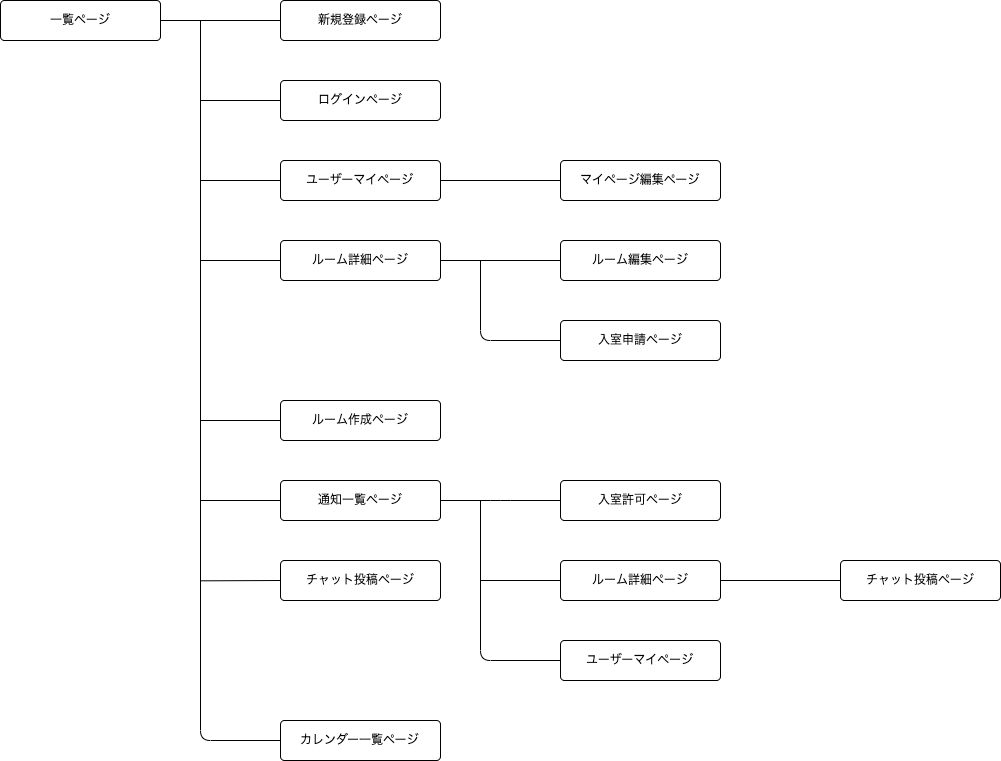
mocchio/esco keeps this draw.io diagram as esco_screen_transition.png. Above is the earlier version. Source tidied: cells renumbered, new cells last; positions are measured from the earlier drawing's top-left corner, leaving out a move shared by most shapes.
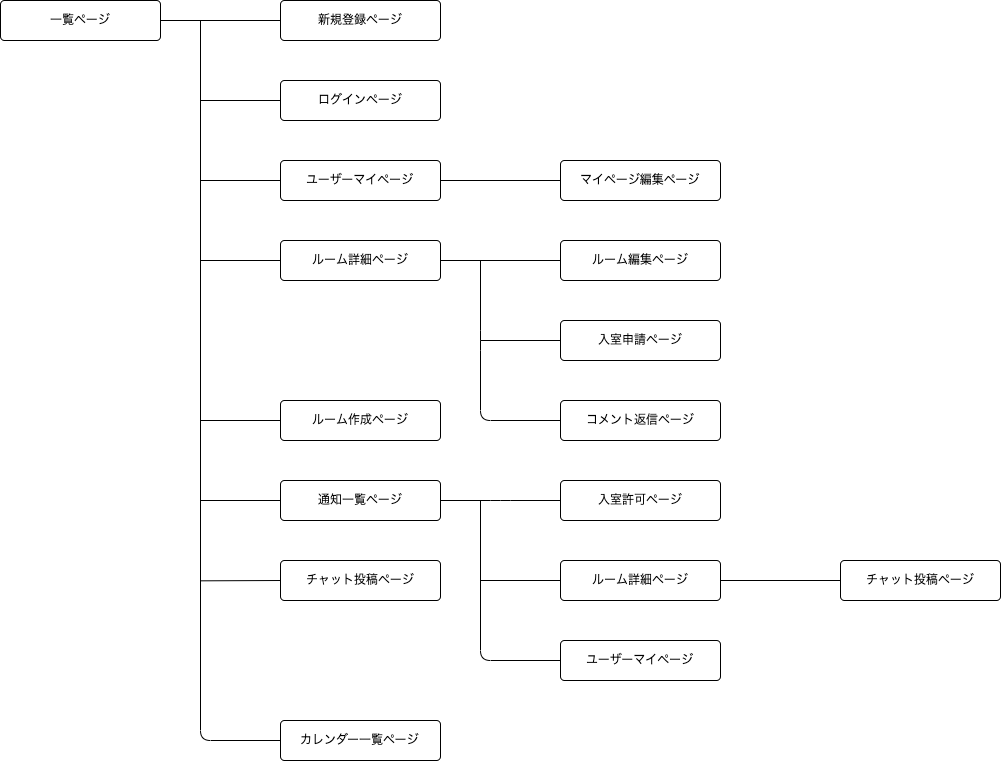
The same diagram one commit later.

Commit message:
画面遷移図、ER図編集

Diff of the diagram source:
```diff
@@ -56,11 +56,12 @@
     <mxCell id="14" style="edgeStyle=none;html=1;exitX=1;exitY=0.5;exitDx=0;exitDy=0;entryX=0;entryY=0.5;entryDx=0;entryDy=0;endArrow=none;endFill=0;" parent="1" edge="1" source="16" target="25">
       <mxGeometry relative="1" as="geometry" />
     </mxCell>
-    <mxCell id="15" style="edgeStyle=none;html=1;entryX=0;entryY=0.5;entryDx=0;entryDy=0;endArrow=none;endFill=0;" parent="1" edge="1" target="26">
+    <mxCell id="15" style="edgeStyle=none;html=1;endArrow=none;endFill=0;entryX=0;entryY=0.5;entryDx=0;entryDy=0;" parent="1" edge="1" target="34">
       <mxGeometry relative="1" as="geometry">
         <mxPoint x="480" y="260" as="sourcePoint" />
         <Array as="points">
           <mxPoint x="480" y="340" />
+          <mxPoint x="480" y="420" />
         </Array>
       </mxGeometry>
     </mxCell>
@@ -107,6 +108,11 @@
     <mxCell id="25" value="ルーム編集ページ" style="rounded=1;arcSize=10;whiteSpace=wrap;html=1;align=center;" parent="1" vertex="1">
       <mxGeometry x="560" y="240" width="160" height="40" as="geometry" />
     </mxCell>
+    <mxCell id="33" style="edgeStyle=none;html=1;exitX=0;exitY=0.5;exitDx=0;exitDy=0;endArrow=none;endFill=0;" parent="1" edge="1" source="26">
+      <mxGeometry relative="1" as="geometry">
+        <mxPoint x="480" y="340" as="targetPoint" />
+      </mxGeometry>
+    </mxCell>
     <mxCell id="26" value="入室申請ページ" style="rounded=1;arcSize=10;whiteSpace=wrap;html=1;align=center;" parent="1" vertex="1">
       <mxGeometry x="560" y="320" width="160" height="40" as="geometry" />
     </mxCell>
@@ -128,5 +134,8 @@
     <mxCell id="32" value="カレンダー一覧ページ" style="rounded=1;arcSize=10;whiteSpace=wrap;html=1;align=center;" parent="1" vertex="1">
       <mxGeometry x="280" y="720" width="160" height="40" as="geometry" />
     </mxCell>
+    <mxCell id="34" value="コメント返信ページ" style="rounded=1;arcSize=10;whiteSpace=wrap;html=1;align=center;" parent="1" vertex="1">
+      <mxGeometry x="560" y="400" width="160" height="40" as="geometry" />
+    </mxCell>
   </root>
 </mxGraphModel>
```
